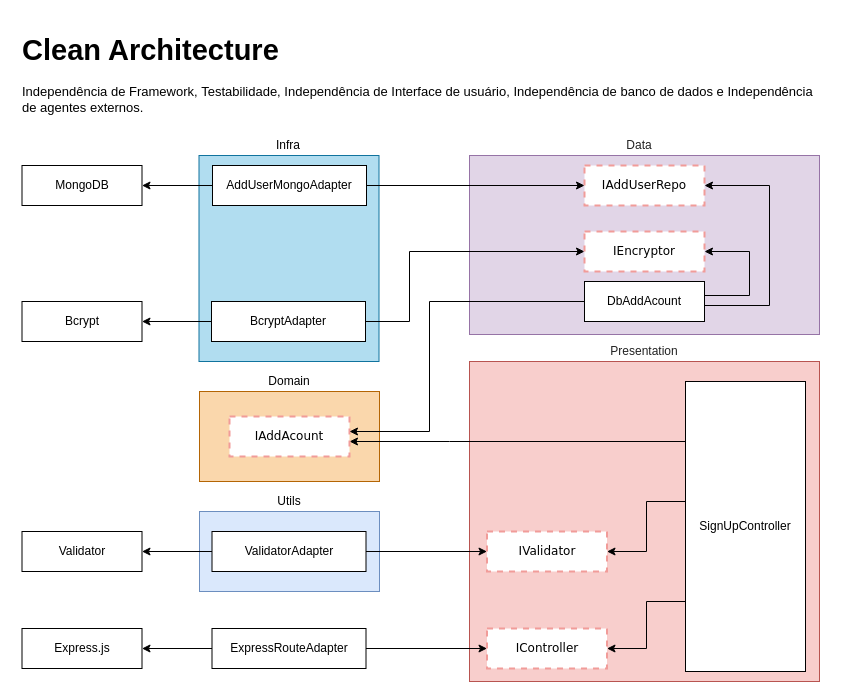
Before: .doc/CleanArchitecture.drawio in cfdavidpetter/Course-NodeJs_Typescript_TDD_Clean-Architecture_e_SOLID, a draw.io diagram. Source tidied: cells renumbered, new cells numbered last; positions are measured from the earlier drawing's top-left corner, leaving out a move shared by most shapes. Both pictures are drawn from the tidied source at 100%, with x=0, y=0 at pixel (17, 27).
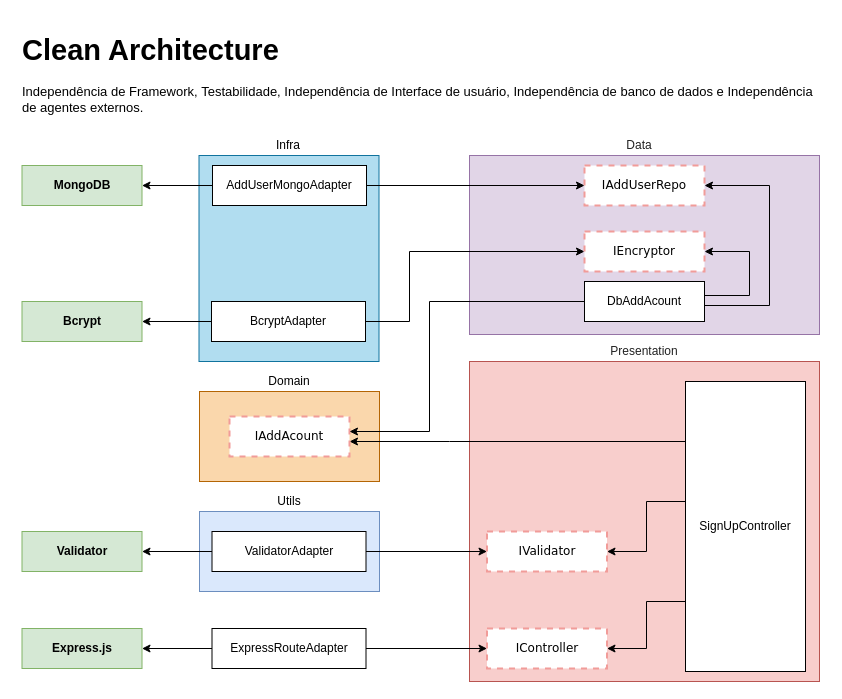
After the change.

Diff of the diagram source:
```diff
@@
-    <mxCell id="11" value="MongoDB" style="rounded=0;whiteSpace=wrap;html=1;gradientDirection=east;" parent="1" vertex="1">
+    <mxCell id="11" value="MongoDB" style="rounded=0;whiteSpace=wrap;html=1;gradientDirection=east;fillColor=#d5e8d4;strokeColor=#82b366;fontStyle=1;" parent="1" vertex="1">
       <mxGeometry x="4.5" y="138" width="120" height="40" as="geometry" />
     </mxCell>
-    <mxCell id="12" value="Validator" style="rounded=0;whiteSpace=wrap;html=1;gradientDirection=east;" parent="1" vertex="1">
+    <mxCell id="12" value="Validator" style="rounded=0;whiteSpace=wrap;html=1;gradientDirection=east;fillColor=#d5e8d4;strokeColor=#82b366;fontStyle=1;" parent="1" vertex="1">
       <mxGeometry x="4.5" y="504" width="120" height="40" as="geometry" />
     </mxCell>
@@
-    <mxCell id="14" value="&lt;span style=&quot;text-align: left&quot;&gt;Bcrypt&lt;/span&gt;" style="rounded=0;whiteSpace=wrap;html=1;gradientDirection=east;" parent="1" vertex="1">
+    <mxCell id="14" value="&lt;span style=&quot;text-align: left&quot;&gt;Bcrypt&lt;/span&gt;" style="rounded=0;whiteSpace=wrap;html=1;gradientDirection=east;fillColor=#d5e8d4;strokeColor=#82b366;fontStyle=1;" parent="1" vertex="1">
       <mxGeometry x="4.5" y="274" width="120" height="40" as="geometry" />
     </mxCell>
-    <mxCell id="15" value="Express.js" style="rounded=0;whiteSpace=wrap;html=1;gradientDirection=east;" parent="1" vertex="1">
+    <mxCell id="15" value="Express.js" style="rounded=0;whiteSpace=wrap;html=1;gradientDirection=east;fillColor=#d5e8d4;strokeColor=#82b366;fontStyle=1;" parent="1" vertex="1">
       <mxGeometry x="4.5" y="601" width="120" height="40" as="geometry" />
     </mxCell>
```
